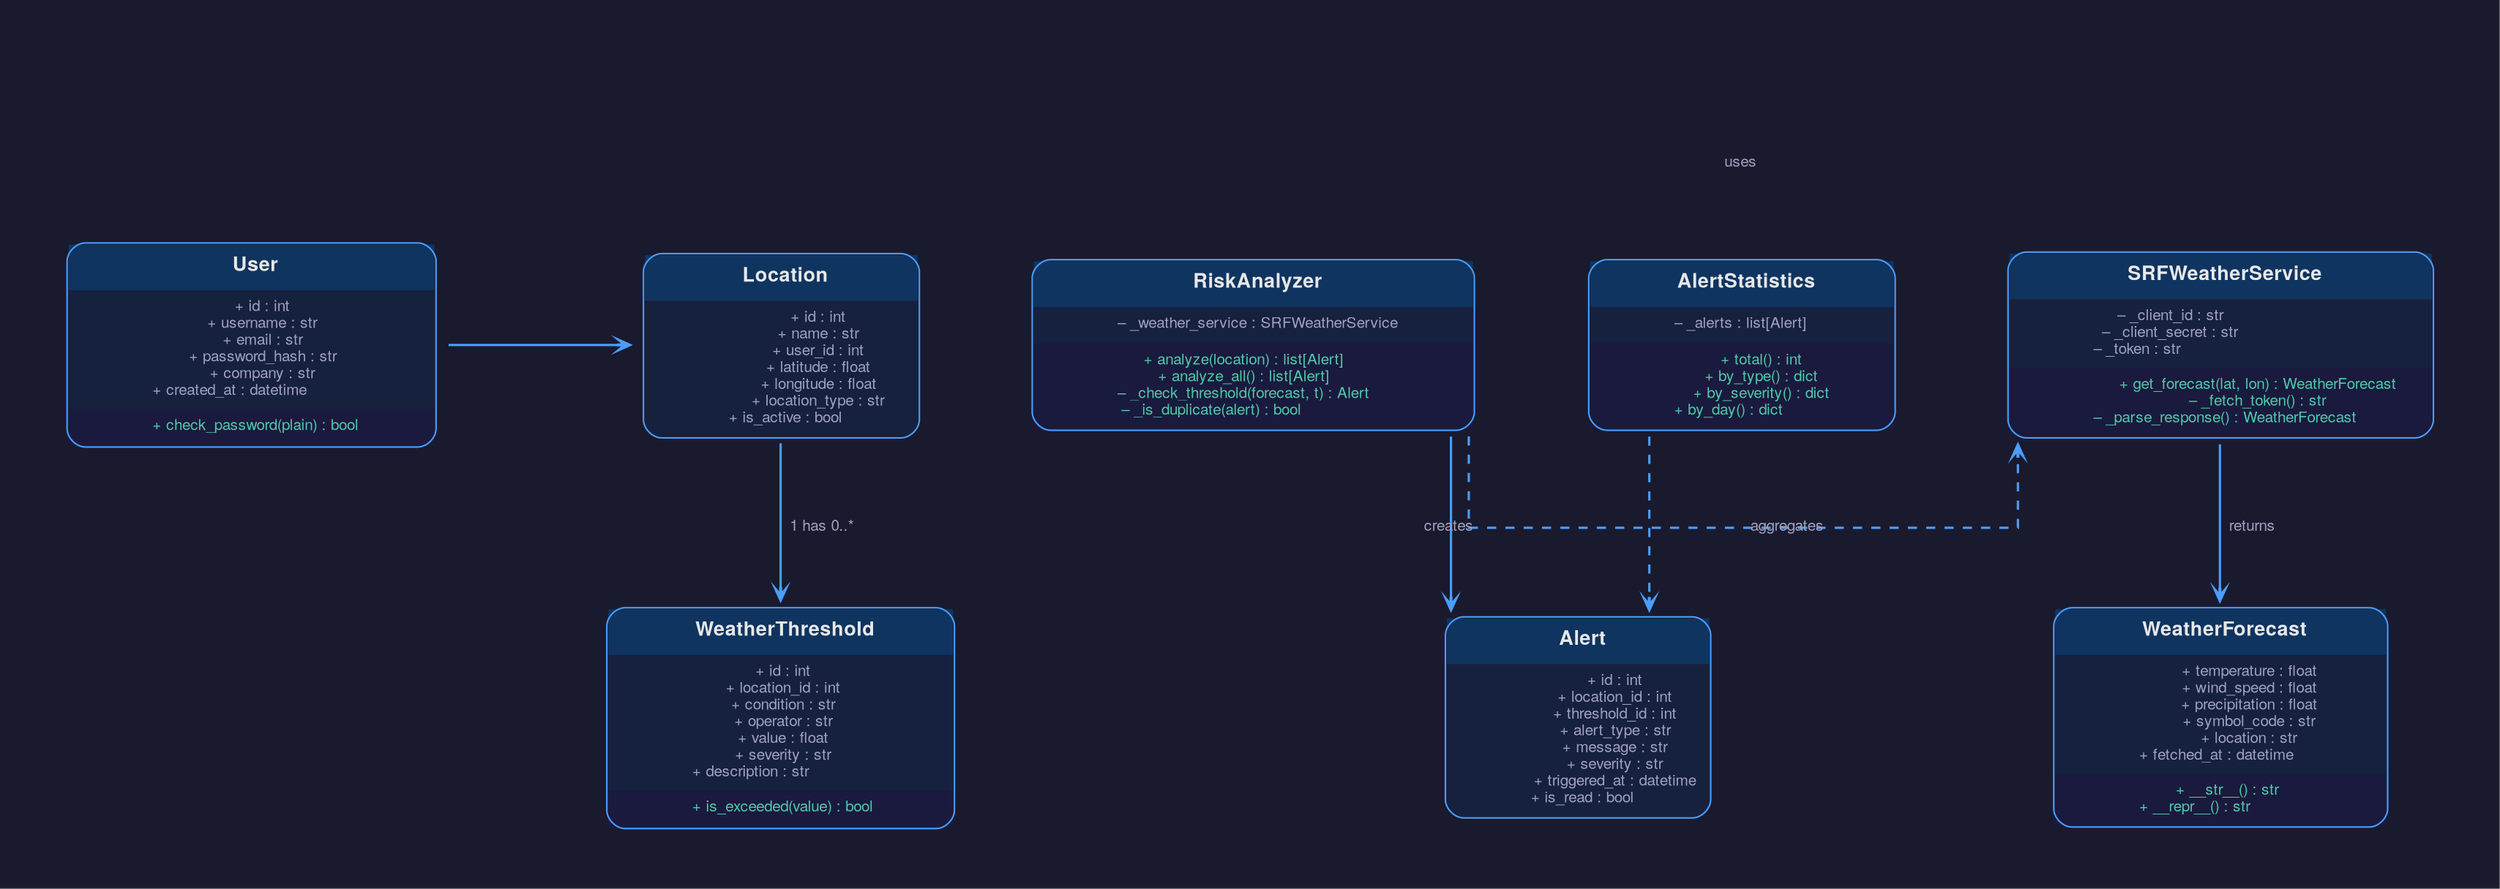
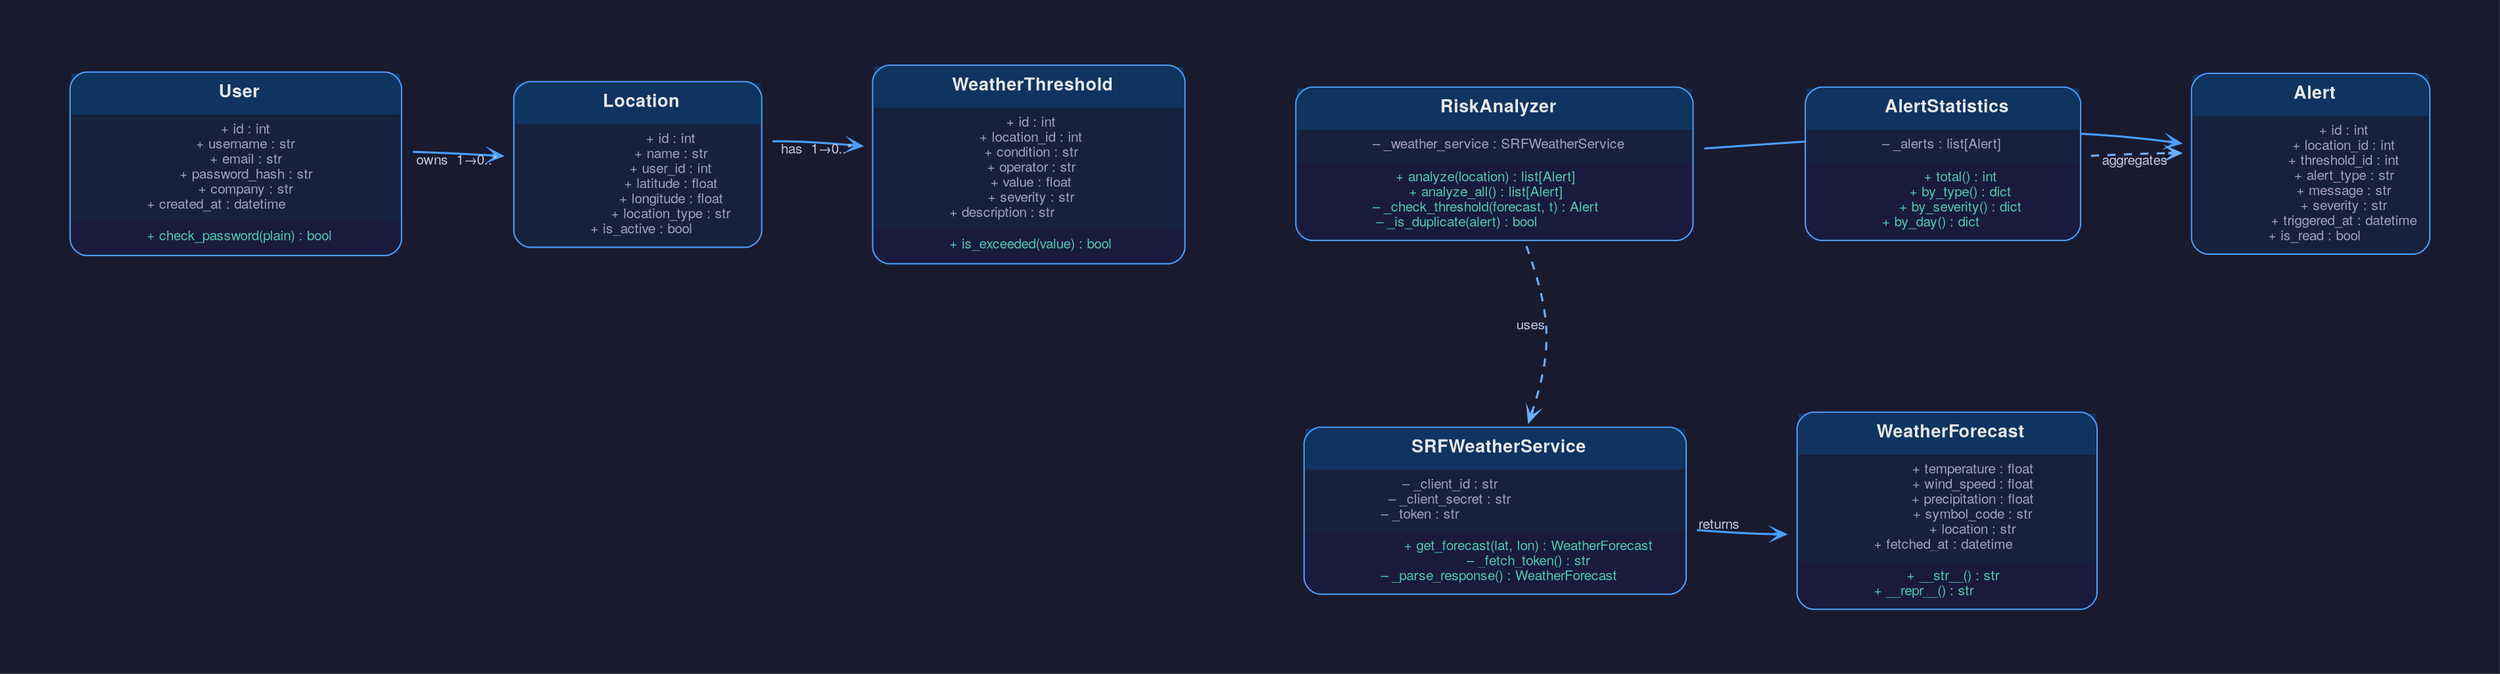
digraph ClassDiagram {
    graph [
        rankdir=TB
        bgcolor="#1a1a2e"
        fontname="Helvetica Neue"
        fontsize=12
-         pad=0.5
-         nodesep=0.8
-         ranksep=1.2
-         splines=ortho
+         pad=0.6
+         nodesep=0.9
+         ranksep=1.4
+         splines=curved
    ]
    node [
        shape=none
        fontname="Helvetica Neue"
        fontsize=11
    ]
    edge [
        color="#4a9eff"
        arrowsize=0.8
        penwidth=1.5
        fontname="Helvetica Neue"
        fontsize=10
-         fontcolor="#a0a0c0"
+         fontcolor="#c0c8e0"
+         labelfloat=false
+         labeldistance=2.0
    ]

    // ─── Nodes ───────────────────────────────────────────────────────────

    User [label=<
        <TABLE BORDER="0" CELLBORDER="0" CELLSPACING="0" CELLPADDING="0">
          <TR><TD>
            <TABLE BORDER="1" CELLBORDER="0" CELLSPACING="0" CELLPADDING="6"
                   BGCOLOR="#16213e" COLOR="#4a9eff" STYLE="ROUNDED">
-               <TR><TD BGCOLOR="#0f3460" COLOR="#4a9eff" ALIGN="CENTER" CELLPADDING="8">
+               <TR><TD BGCOLOR="#0f3460" ALIGN="CENTER" CELLPADDING="8">
                <FONT COLOR="#e8e8e8" POINT-SIZE="13"><B>User</B></FONT>
              </TD></TR>
              <TR><TD ALIGN="LEFT" CELLPADDING="6">
                <FONT COLOR="#a0a0c0" POINT-SIZE="10">+ id : int</FONT><BR/>
                <FONT COLOR="#a0a0c0" POINT-SIZE="10">+ username : str</FONT><BR/>
                <FONT COLOR="#a0a0c0" POINT-SIZE="10">+ email : str</FONT><BR/>
                <FONT COLOR="#a0a0c0" POINT-SIZE="10">+ password_hash : str</FONT><BR/>
                <FONT COLOR="#a0a0c0" POINT-SIZE="10">+ company : str</FONT><BR/>
                <FONT COLOR="#a0a0c0" POINT-SIZE="10">+ created_at : datetime</FONT>
              </TD></TR>
              <TR><TD BGCOLOR="#1a1a3e" ALIGN="LEFT" CELLPADDING="6">
                <FONT COLOR="#4ec9a8" POINT-SIZE="10">+ check_password(plain) : bool</FONT>
              </TD></TR>
            </TABLE>
          </TD></TR>
        </TABLE>
    >]

    Location [label=<
        <TABLE BORDER="0" CELLBORDER="0" CELLSPACING="0" CELLPADDING="0">
          <TR><TD>
            <TABLE BORDER="1" CELLBORDER="0" CELLSPACING="0" CELLPADDING="6"
                   BGCOLOR="#16213e" COLOR="#4a9eff" STYLE="ROUNDED">
-               <TR><TD BGCOLOR="#0f3460" COLOR="#4a9eff" ALIGN="CENTER" CELLPADDING="8">
+               <TR><TD BGCOLOR="#0f3460" ALIGN="CENTER" CELLPADDING="8">
                <FONT COLOR="#e8e8e8" POINT-SIZE="13"><B>Location</B></FONT>
              </TD></TR>
              <TR><TD ALIGN="LEFT" CELLPADDING="6">
                <FONT COLOR="#a0a0c0" POINT-SIZE="10">+ id : int</FONT><BR/>
                <FONT COLOR="#a0a0c0" POINT-SIZE="10">+ name : str</FONT><BR/>
                <FONT COLOR="#a0a0c0" POINT-SIZE="10">+ user_id : int</FONT><BR/>
                <FONT COLOR="#a0a0c0" POINT-SIZE="10">+ latitude : float</FONT><BR/>
                <FONT COLOR="#a0a0c0" POINT-SIZE="10">+ longitude : float</FONT><BR/>
                <FONT COLOR="#a0a0c0" POINT-SIZE="10">+ location_type : str</FONT><BR/>
                <FONT COLOR="#a0a0c0" POINT-SIZE="10">+ is_active : bool</FONT>
              </TD></TR>
            </TABLE>
          </TD></TR>
        </TABLE>
    >]

    WeatherThreshold [label=<
        <TABLE BORDER="0" CELLBORDER="0" CELLSPACING="0" CELLPADDING="0">
          <TR><TD>
            <TABLE BORDER="1" CELLBORDER="0" CELLSPACING="0" CELLPADDING="6"
                   BGCOLOR="#16213e" COLOR="#4a9eff" STYLE="ROUNDED">
              <TR><TD BGCOLOR="#0f3460" ALIGN="CENTER" CELLPADDING="8">
                <FONT COLOR="#e8e8e8" POINT-SIZE="13"><B>WeatherThreshold</B></FONT>
              </TD></TR>
              <TR><TD ALIGN="LEFT" CELLPADDING="6">
                <FONT COLOR="#a0a0c0" POINT-SIZE="10">+ id : int</FONT><BR/>
                <FONT COLOR="#a0a0c0" POINT-SIZE="10">+ location_id : int</FONT><BR/>
                <FONT COLOR="#a0a0c0" POINT-SIZE="10">+ condition : str</FONT><BR/>
                <FONT COLOR="#a0a0c0" POINT-SIZE="10">+ operator : str</FONT><BR/>
                <FONT COLOR="#a0a0c0" POINT-SIZE="10">+ value : float</FONT><BR/>
                <FONT COLOR="#a0a0c0" POINT-SIZE="10">+ severity : str</FONT><BR/>
                <FONT COLOR="#a0a0c0" POINT-SIZE="10">+ description : str</FONT>
              </TD></TR>
              <TR><TD BGCOLOR="#1a1a3e" ALIGN="LEFT" CELLPADDING="6">
                <FONT COLOR="#4ec9a8" POINT-SIZE="10">+ is_exceeded(value) : bool</FONT>
              </TD></TR>
            </TABLE>
          </TD></TR>
        </TABLE>
    >]

+     SRFWeatherService [label=<
+         <TABLE BORDER="0" CELLBORDER="0" CELLSPACING="0" CELLPADDING="0">
+           <TR><TD>
+             <TABLE BORDER="1" CELLBORDER="0" CELLSPACING="0" CELLPADDING="6"
+                    BGCOLOR="#16213e" COLOR="#4a9eff" STYLE="ROUNDED">
+               <TR><TD BGCOLOR="#0f3460" ALIGN="CENTER" CELLPADDING="8">
+                 <FONT COLOR="#e8e8e8" POINT-SIZE="13"><B>SRFWeatherService</B></FONT>
+               </TD></TR>
+               <TR><TD ALIGN="LEFT" CELLPADDING="6">
+                 <FONT COLOR="#a0a0c0" POINT-SIZE="10">– _client_id : str</FONT><BR/>
+                 <FONT COLOR="#a0a0c0" POINT-SIZE="10">– _client_secret : str</FONT><BR/>
+                 <FONT COLOR="#a0a0c0" POINT-SIZE="10">– _token : str</FONT>
+               </TD></TR>
+               <TR><TD BGCOLOR="#1a1a3e" ALIGN="LEFT" CELLPADDING="6">
+                 <FONT COLOR="#4ec9a8" POINT-SIZE="10">+ get_forecast(lat, lon) : WeatherForecast</FONT><BR/>
+                 <FONT COLOR="#4ec9a8" POINT-SIZE="10">– _fetch_token() : str</FONT><BR/>
+                 <FONT COLOR="#4ec9a8" POINT-SIZE="10">– _parse_response() : WeatherForecast</FONT>
+               </TD></TR>
+             </TABLE>
+           </TD></TR>
+         </TABLE>
+     >]
+ 
    WeatherForecast [label=<
        <TABLE BORDER="0" CELLBORDER="0" CELLSPACING="0" CELLPADDING="0">
          <TR><TD>
            <TABLE BORDER="1" CELLBORDER="0" CELLSPACING="0" CELLPADDING="6"
                   BGCOLOR="#16213e" COLOR="#4a9eff" STYLE="ROUNDED">
              <TR><TD BGCOLOR="#0f3460" ALIGN="CENTER" CELLPADDING="8">
                <FONT COLOR="#e8e8e8" POINT-SIZE="13"><B>WeatherForecast</B></FONT>
              </TD></TR>
              <TR><TD ALIGN="LEFT" CELLPADDING="6">
                <FONT COLOR="#a0a0c0" POINT-SIZE="10">+ temperature : float</FONT><BR/>
                <FONT COLOR="#a0a0c0" POINT-SIZE="10">+ wind_speed : float</FONT><BR/>
                <FONT COLOR="#a0a0c0" POINT-SIZE="10">+ precipitation : float</FONT><BR/>
                <FONT COLOR="#a0a0c0" POINT-SIZE="10">+ symbol_code : str</FONT><BR/>
                <FONT COLOR="#a0a0c0" POINT-SIZE="10">+ location : str</FONT><BR/>
                <FONT COLOR="#a0a0c0" POINT-SIZE="10">+ fetched_at : datetime</FONT>
              </TD></TR>
              <TR><TD BGCOLOR="#1a1a3e" ALIGN="LEFT" CELLPADDING="6">
                <FONT COLOR="#4ec9a8" POINT-SIZE="10">+ __str__() : str</FONT><BR/>
                <FONT COLOR="#4ec9a8" POINT-SIZE="10">+ __repr__() : str</FONT>
-               </TD></TR>
-             </TABLE>
-           </TD></TR>
-         </TABLE>
-     >]
- 
-     SRFWeatherService [label=<
-         <TABLE BORDER="0" CELLBORDER="0" CELLSPACING="0" CELLPADDING="0">
-           <TR><TD>
-             <TABLE BORDER="1" CELLBORDER="0" CELLSPACING="0" CELLPADDING="6"
-                    BGCOLOR="#16213e" COLOR="#4a9eff" STYLE="ROUNDED">
-               <TR><TD BGCOLOR="#0f3460" ALIGN="CENTER" CELLPADDING="8">
-                 <FONT COLOR="#e8e8e8" POINT-SIZE="13"><B>SRFWeatherService</B></FONT>
-               </TD></TR>
-               <TR><TD ALIGN="LEFT" CELLPADDING="6">
-                 <FONT COLOR="#a0a0c0" POINT-SIZE="10">– _client_id : str</FONT><BR/>
-                 <FONT COLOR="#a0a0c0" POINT-SIZE="10">– _client_secret : str</FONT><BR/>
-                 <FONT COLOR="#a0a0c0" POINT-SIZE="10">– _token : str</FONT>
-               </TD></TR>
-               <TR><TD BGCOLOR="#1a1a3e" ALIGN="LEFT" CELLPADDING="6">
-                 <FONT COLOR="#4ec9a8" POINT-SIZE="10">+ get_forecast(lat, lon) : WeatherForecast</FONT><BR/>
-                 <FONT COLOR="#4ec9a8" POINT-SIZE="10">– _fetch_token() : str</FONT><BR/>
-                 <FONT COLOR="#4ec9a8" POINT-SIZE="10">– _parse_response() : WeatherForecast</FONT>
              </TD></TR>
            </TABLE>
          </TD></TR>
        </TABLE>
    >]

    RiskAnalyzer [label=<
        <TABLE BORDER="0" CELLBORDER="0" CELLSPACING="0" CELLPADDING="0">
          <TR><TD>
            <TABLE BORDER="1" CELLBORDER="0" CELLSPACING="0" CELLPADDING="6"
                   BGCOLOR="#16213e" COLOR="#4a9eff" STYLE="ROUNDED">
              <TR><TD BGCOLOR="#0f3460" ALIGN="CENTER" CELLPADDING="8">
                <FONT COLOR="#e8e8e8" POINT-SIZE="13"><B>RiskAnalyzer</B></FONT>
              </TD></TR>
              <TR><TD ALIGN="LEFT" CELLPADDING="6">
                <FONT COLOR="#a0a0c0" POINT-SIZE="10">– _weather_service : SRFWeatherService</FONT>
              </TD></TR>
              <TR><TD BGCOLOR="#1a1a3e" ALIGN="LEFT" CELLPADDING="6">
                <FONT COLOR="#4ec9a8" POINT-SIZE="10">+ analyze(location) : list[Alert]</FONT><BR/>
                <FONT COLOR="#4ec9a8" POINT-SIZE="10">+ analyze_all() : list[Alert]</FONT><BR/>
                <FONT COLOR="#4ec9a8" POINT-SIZE="10">– _check_threshold(forecast, t) : Alert</FONT><BR/>
                <FONT COLOR="#4ec9a8" POINT-SIZE="10">– _is_duplicate(alert) : bool</FONT>
              </TD></TR>
            </TABLE>
          </TD></TR>
        </TABLE>
    >]

    Alert [label=<
        <TABLE BORDER="0" CELLBORDER="0" CELLSPACING="0" CELLPADDING="0">
          <TR><TD>
            <TABLE BORDER="1" CELLBORDER="0" CELLSPACING="0" CELLPADDING="6"
                   BGCOLOR="#16213e" COLOR="#4a9eff" STYLE="ROUNDED">
              <TR><TD BGCOLOR="#0f3460" ALIGN="CENTER" CELLPADDING="8">
                <FONT COLOR="#e8e8e8" POINT-SIZE="13"><B>Alert</B></FONT>
              </TD></TR>
              <TR><TD ALIGN="LEFT" CELLPADDING="6">
                <FONT COLOR="#a0a0c0" POINT-SIZE="10">+ id : int</FONT><BR/>
                <FONT COLOR="#a0a0c0" POINT-SIZE="10">+ location_id : int</FONT><BR/>
                <FONT COLOR="#a0a0c0" POINT-SIZE="10">+ threshold_id : int</FONT><BR/>
                <FONT COLOR="#a0a0c0" POINT-SIZE="10">+ alert_type : str</FONT><BR/>
                <FONT COLOR="#a0a0c0" POINT-SIZE="10">+ message : str</FONT><BR/>
                <FONT COLOR="#a0a0c0" POINT-SIZE="10">+ severity : str</FONT><BR/>
                <FONT COLOR="#a0a0c0" POINT-SIZE="10">+ triggered_at : datetime</FONT><BR/>
                <FONT COLOR="#a0a0c0" POINT-SIZE="10">+ is_read : bool</FONT>
              </TD></TR>
            </TABLE>
          </TD></TR>
        </TABLE>
    >]

    AlertStatistics [label=<
        <TABLE BORDER="0" CELLBORDER="0" CELLSPACING="0" CELLPADDING="0">
          <TR><TD>
            <TABLE BORDER="1" CELLBORDER="0" CELLSPACING="0" CELLPADDING="6"
                   BGCOLOR="#16213e" COLOR="#4a9eff" STYLE="ROUNDED">
              <TR><TD BGCOLOR="#0f3460" ALIGN="CENTER" CELLPADDING="8">
                <FONT COLOR="#e8e8e8" POINT-SIZE="13"><B>AlertStatistics</B></FONT>
              </TD></TR>
              <TR><TD ALIGN="LEFT" CELLPADDING="6">
                <FONT COLOR="#a0a0c0" POINT-SIZE="10">– _alerts : list[Alert]</FONT>
              </TD></TR>
              <TR><TD BGCOLOR="#1a1a3e" ALIGN="LEFT" CELLPADDING="6">
                <FONT COLOR="#4ec9a8" POINT-SIZE="10">+ total() : int</FONT><BR/>
                <FONT COLOR="#4ec9a8" POINT-SIZE="10">+ by_type() : dict</FONT><BR/>
                <FONT COLOR="#4ec9a8" POINT-SIZE="10">+ by_severity() : dict</FONT><BR/>
                <FONT COLOR="#4ec9a8" POINT-SIZE="10">+ by_day() : dict</FONT>
              </TD></TR>
            </TABLE>
          </TD></TR>
        </TABLE>
    >]

+     // ─── Rank layout ─────────────────────────────────────────────────────
+     // Row 1: domain model chain
+     { rank=same; User; Location; WeatherThreshold }
+     // Row 2: services (SRF sits above RiskAnalyzer so "uses" flows downward)
+     { rank=same; SRFWeatherService; WeatherForecast }
+     // Row 3: business logic and output
+     { rank=same; RiskAnalyzer; Alert; AlertStatistics }
+ 
    // ─── Edges ───────────────────────────────────────────────────────────

-     // Layout hints: keep related nodes together
-     { rank=same; User; Location }
-     { rank=same; WeatherThreshold; Alert }
-     { rank=same; SRFWeatherService; RiskAnalyzer; AlertStatistics }
- 
    User -> Location [
-         label="  1 owns 0..*  "
+         xlabel="owns  1→0..*"
        arrowhead=vee
        style=solid
    ]
    Location -> WeatherThreshold [
-         label="  1 has 0..*  "
+         xlabel="has  1→0..*"
        arrowhead=vee
        style=solid
    ]
    SRFWeatherService -> WeatherForecast [
-         label="  returns  "
-         arrowhead=vee
-         style=solid
+         xlabel="returns"
+         arrowhead=vee
+         style=solid
+     ]
+     RiskAnalyzer -> SRFWeatherService [
+         xlabel="uses"
+         arrowhead=vee
+         style=dashed
+         color="#6ab0ff"
    ]
    RiskAnalyzer -> Alert [
-         label="  creates  "
-         arrowhead=vee
-         style=solid
-     ]
-     RiskAnalyzer -> SRFWeatherService [
-         label="  uses  "
+         xlabel="creates"
+         arrowhead=vee
+         style=solid
+     ]
+     AlertStatistics -> Alert [
+         xlabel="aggregates"
        arrowhead=vee
        style=dashed
-     ]
-     AlertStatistics -> Alert [
-         label="  aggregates  "
-         arrowhead=vee
-         style=dashed
+         color="#6ab0ff"
    ]
}
